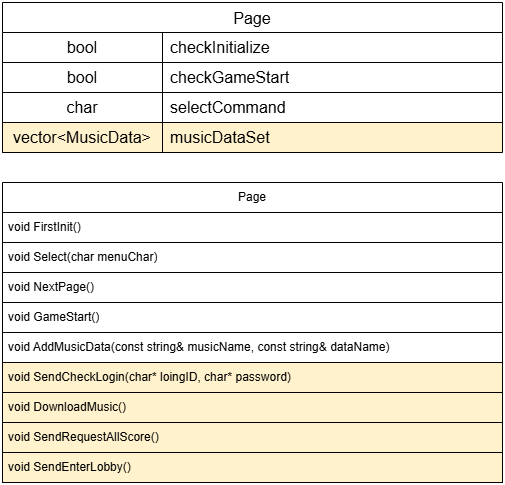
This is drawio/Page.drawio (1).drawio.png from rmrgns/NetGameTeamProject, a draw.io export, as it was before one commit. Source tidied: cells renumbered, new cells last; positions are measured from the earlier drawing's top-left corner, leaving out a move shared by most shapes. Source of this version:
```xml
<mxGraphModel>
  <root>
    <mxCell id="0" />
    <mxCell id="1" parent="0" />
    <mxCell id="2" value="Page" style="shape=table;startSize=30;rowLines=1;fontStyle=0;strokeColor=default;fontSize=16;" parent="1" vertex="1">
      <mxGeometry width="500" height="150" as="geometry" />
    </mxCell>
    <mxCell id="3" style="shape=tableRow;horizontal=0;startSize=0;swimlaneHead=0;swimlaneBody=0;top=0;left=0;bottom=0;right=0;fillColor=none;strokeColor=inherit;fontSize=16;" parent="2" vertex="1">
      <mxGeometry y="30" width="500" height="30" as="geometry" />
    </mxCell>
    <mxCell id="4" value="bool" style="shape=partialRectangle;html=1;whiteSpace=wrap;fillColor=none;top=0;left=0;bottom=0;right=0;overflow=hidden;strokeColor=inherit;fontSize=16;" parent="3" vertex="1">
      <mxGeometry width="160" height="30" as="geometry" />
    </mxCell>
    <mxCell id="5" value="checkInitialize" style="shape=partialRectangle;html=1;whiteSpace=wrap;fillColor=none;top=0;left=0;bottom=0;right=0;align=left;spacingLeft=6;overflow=hidden;strokeColor=inherit;fontSize=16;" parent="3" vertex="1">
      <mxGeometry x="160" width="340" height="30" as="geometry" />
    </mxCell>
    <mxCell id="6" style="shape=tableRow;horizontal=0;startSize=0;swimlaneHead=0;swimlaneBody=0;top=0;left=0;bottom=0;right=0;fillColor=none;strokeColor=inherit;fontSize=16;" parent="2" vertex="1">
      <mxGeometry y="60" width="500" height="30" as="geometry" />
    </mxCell>
    <mxCell id="7" value="bool" style="shape=partialRectangle;html=1;whiteSpace=wrap;fillColor=none;top=0;left=0;bottom=0;right=0;overflow=hidden;strokeColor=inherit;fontSize=16;" parent="6" vertex="1">
      <mxGeometry width="160" height="30" as="geometry" />
    </mxCell>
    <mxCell id="8" value="checkGameStart" style="shape=partialRectangle;html=1;whiteSpace=wrap;fillColor=none;top=0;left=0;bottom=0;right=0;align=left;spacingLeft=6;overflow=hidden;strokeColor=inherit;fontSize=16;" parent="6" vertex="1">
      <mxGeometry x="160" width="340" height="30" as="geometry" />
    </mxCell>
    <mxCell id="9" style="shape=tableRow;horizontal=0;startSize=0;swimlaneHead=0;swimlaneBody=0;top=0;left=0;bottom=0;right=0;fillColor=none;strokeColor=inherit;fontSize=16;" parent="2" vertex="1">
      <mxGeometry y="90" width="500" height="30" as="geometry" />
    </mxCell>
    <mxCell id="10" value="char" style="shape=partialRectangle;html=1;whiteSpace=wrap;fillColor=none;top=0;left=0;bottom=0;right=0;overflow=hidden;strokeColor=inherit;fontSize=16;" parent="9" vertex="1">
      <mxGeometry width="160" height="30" as="geometry" />
    </mxCell>
    <mxCell id="11" value="selectCommand" style="shape=partialRectangle;html=1;whiteSpace=wrap;fillColor=none;top=0;left=0;bottom=0;right=0;align=left;spacingLeft=6;overflow=hidden;strokeColor=inherit;fontSize=16;" parent="9" vertex="1">
      <mxGeometry x="160" width="340" height="30" as="geometry" />
    </mxCell>
    <mxCell id="12" style="shape=tableRow;horizontal=0;startSize=0;swimlaneHead=0;swimlaneBody=0;top=0;left=0;bottom=0;right=0;fillColor=none;strokeColor=inherit;fontSize=16;" parent="2" vertex="1">
      <mxGeometry y="120" width="500" height="30" as="geometry" />
    </mxCell>
    <mxCell id="13" value="vector&amp;lt;MusicData&amp;gt;" style="shape=partialRectangle;html=1;whiteSpace=wrap;fillColor=#fff2cc;top=1;left=1;bottom=1;right=1;overflow=hidden;strokeColor=default;fontSize=16;" parent="12" vertex="1">
      <mxGeometry width="160" height="30" as="geometry" />
    </mxCell>
    <mxCell id="14" value="musicDataSet" style="shape=partialRectangle;html=1;whiteSpace=wrap;fillColor=#fff2cc;top=1;left=1;bottom=1;right=1;align=left;spacingLeft=6;overflow=hidden;strokeColor=default;fontSize=16;" parent="12" vertex="1">
      <mxGeometry x="160" width="340" height="30" as="geometry" />
    </mxCell>
    <mxCell id="15" value="Page" style="swimlane;fontStyle=0;horizontal=1;startSize=30;whiteSpace=wrap;html=1;strokeColor=default;" parent="1" vertex="1">
      <mxGeometry y="180" width="500" height="300" as="geometry" />
    </mxCell>
    <mxCell id="16" value="void FirstInit()" style="text;strokeColor=default;fillColor=none;align=left;verticalAlign=middle;spacingLeft=4;spacingRight=4;overflow=hidden;whiteSpace=wrap;html=1;" parent="15" vertex="1">
      <mxGeometry y="30" width="500" height="30" as="geometry" />
    </mxCell>
    <mxCell id="17" value="void Select(char menuChar)" style="text;strokeColor=default;fillColor=none;align=left;verticalAlign=middle;spacingLeft=4;spacingRight=4;overflow=hidden;whiteSpace=wrap;html=1;" parent="15" vertex="1">
      <mxGeometry y="60" width="500" height="30" as="geometry" />
    </mxCell>
    <mxCell id="18" value="void NextPage()" style="text;strokeColor=default;fillColor=none;align=left;verticalAlign=middle;spacingLeft=4;spacingRight=4;overflow=hidden;whiteSpace=wrap;html=1;" parent="15" vertex="1">
      <mxGeometry y="90" width="500" height="30" as="geometry" />
    </mxCell>
    <mxCell id="19" value="void GameStart()" style="text;strokeColor=default;fillColor=none;align=left;verticalAlign=middle;spacingLeft=4;spacingRight=4;overflow=hidden;whiteSpace=wrap;html=1;" parent="15" vertex="1">
      <mxGeometry y="120" width="500" height="30" as="geometry" />
    </mxCell>
    <mxCell id="20" value="void AddMusicData(const string&amp;amp; musicName, const string&amp;amp; dataName)" style="text;strokeColor=default;fillColor=none;align=left;verticalAlign=middle;spacingLeft=4;spacingRight=4;overflow=hidden;whiteSpace=wrap;html=1;" parent="15" vertex="1">
      <mxGeometry y="150" width="500" height="30" as="geometry" />
    </mxCell>
    <mxCell id="21" value="void SendCheckLogin(char* loingID, char* password)" style="text;strokeColor=default;fillColor=#fff2cc;align=left;verticalAlign=middle;spacingLeft=4;spacingRight=4;overflow=hidden;whiteSpace=wrap;html=1;" parent="15" vertex="1">
      <mxGeometry y="180" width="500" height="30" as="geometry" />
    </mxCell>
    <mxCell id="22" value="void DownloadMusic()" style="text;strokeColor=default;fillColor=#fff2cc;align=left;verticalAlign=middle;spacingLeft=4;spacingRight=4;overflow=hidden;whiteSpace=wrap;html=1;" parent="15" vertex="1">
      <mxGeometry y="210" width="500" height="30" as="geometry" />
    </mxCell>
    <mxCell id="23" value="void SendRequestAllScore()" style="text;strokeColor=default;fillColor=#fff2cc;align=left;verticalAlign=middle;spacingLeft=4;spacingRight=4;overflow=hidden;whiteSpace=wrap;html=1;" parent="15" vertex="1">
      <mxGeometry y="240" width="500" height="30" as="geometry" />
    </mxCell>
    <mxCell id="24" value="void SendEnterLobby()" style="text;strokeColor=default;fillColor=#fff2cc;align=left;verticalAlign=middle;spacingLeft=4;spacingRight=4;overflow=hidden;whiteSpace=wrap;html=1;" parent="15" vertex="1">
      <mxGeometry y="270" width="500" height="30" as="geometry" />
    </mxCell>
  </root>
</mxGraphModel>
```
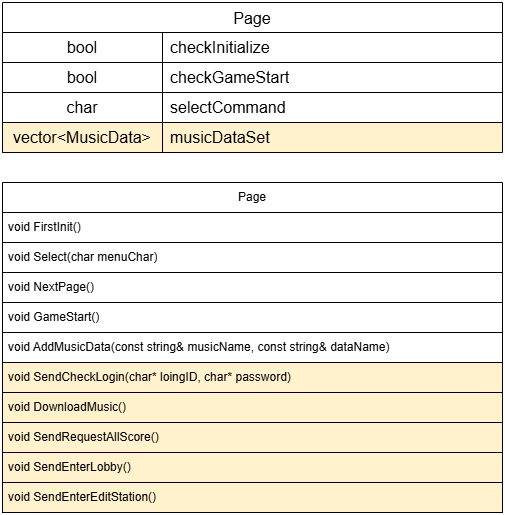
After the change.

What changed in the source:
```diff
@@ -42,7 +42,7 @@
       <mxGeometry x="160" width="340" height="30" as="geometry" />
     </mxCell>
     <mxCell id="15" value="Page" style="swimlane;fontStyle=0;horizontal=1;startSize=30;whiteSpace=wrap;html=1;strokeColor=default;" parent="1" vertex="1">
-      <mxGeometry y="180" width="500" height="300" as="geometry" />
+      <mxGeometry y="180" width="500" height="330" as="geometry" />
     </mxCell>
     <mxCell id="16" value="void FirstInit()" style="text;strokeColor=default;fillColor=none;align=left;verticalAlign=middle;spacingLeft=4;spacingRight=4;overflow=hidden;whiteSpace=wrap;html=1;" parent="15" vertex="1">
       <mxGeometry y="30" width="500" height="30" as="geometry" />
@@ -71,5 +71,8 @@
     <mxCell id="24" value="void SendEnterLobby()" style="text;strokeColor=default;fillColor=#fff2cc;align=left;verticalAlign=middle;spacingLeft=4;spacingRight=4;overflow=hidden;whiteSpace=wrap;html=1;" parent="15" vertex="1">
       <mxGeometry y="270" width="500" height="30" as="geometry" />
     </mxCell>
+    <mxCell id="25" value="void SendEnterEditStation()" style="text;strokeColor=default;fillColor=#fff2cc;align=left;verticalAlign=middle;spacingLeft=4;spacingRight=4;overflow=hidden;whiteSpace=wrap;html=1;" parent="15" vertex="1">
+      <mxGeometry y="300" width="500" height="30" as="geometry" />
+    </mxCell>
   </root>
 </mxGraphModel>
```
